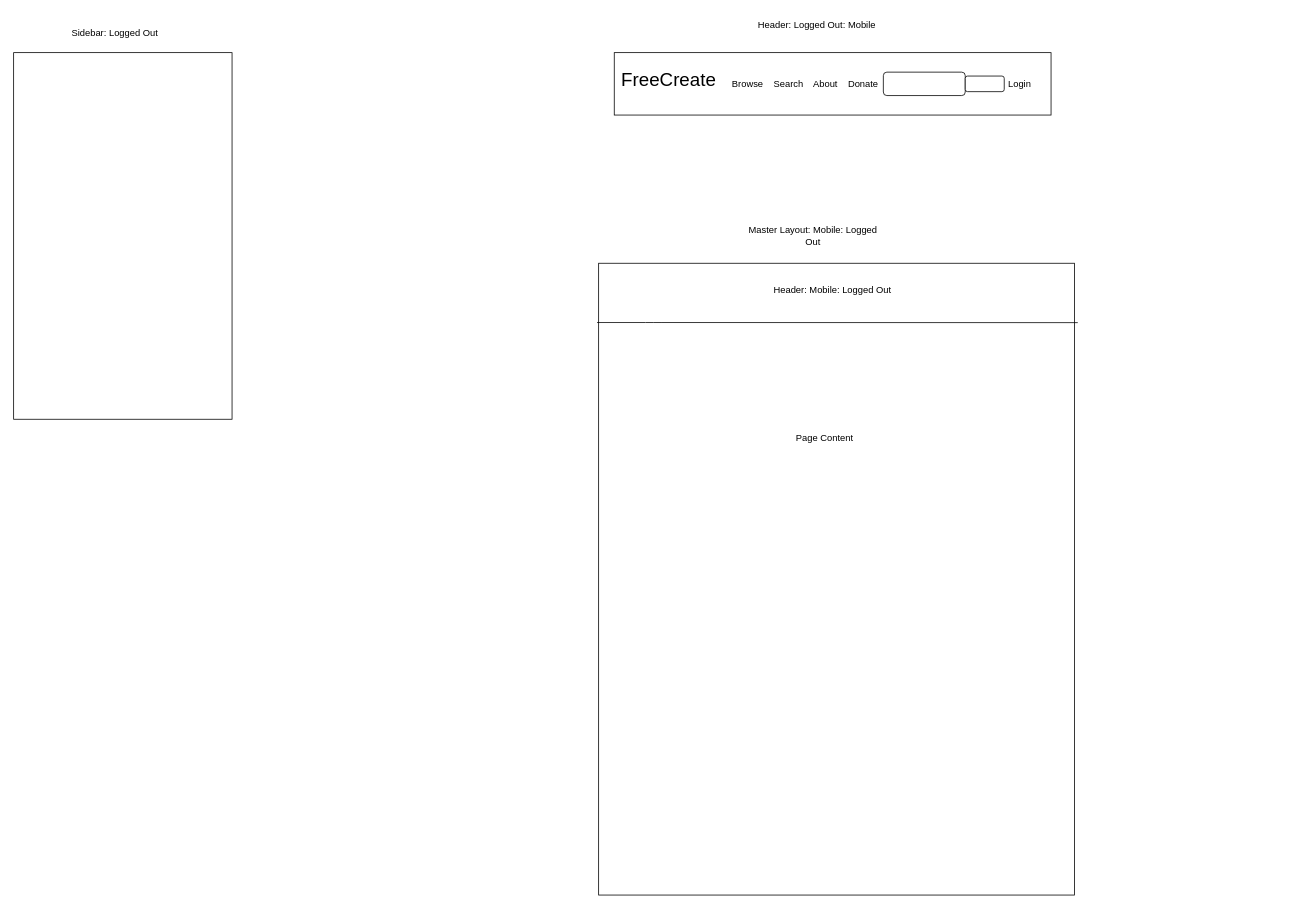
Above: docs/mockups/layout_mockup.drawio in Matt-Eva/freecreate-go-server (draw.io), before the change. Source tidied: cells renumbered, new cells numbered last; positions are measured from the earlier drawing's top-left corner, leaving out a move shared by most shapes. Both pictures are drawn from the tidied source at 78%, with x=0, y=0 at pixel (13, 13).
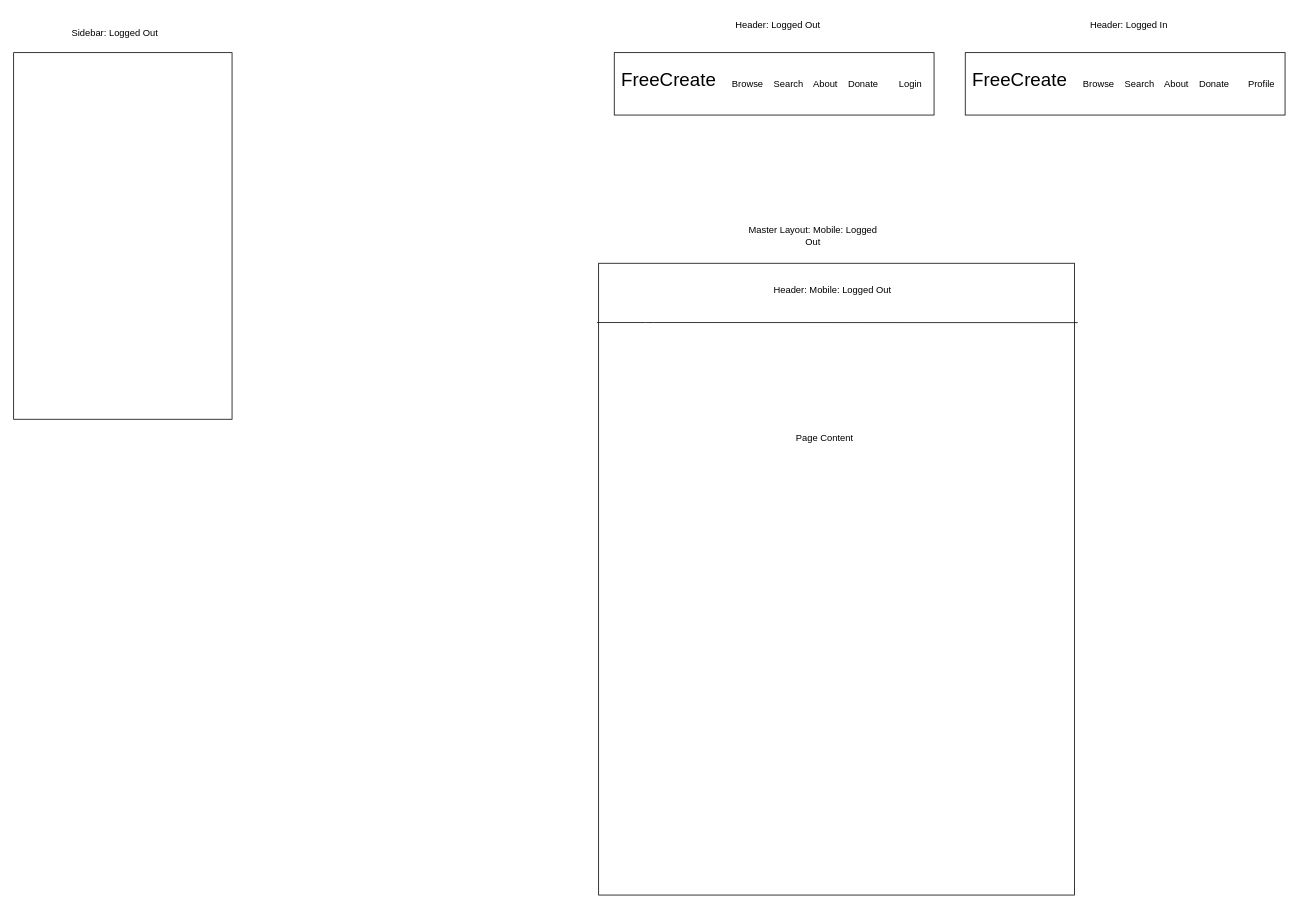
Above is the later version.

Commit message (it also covers changes not shown here):
made some css adjustments to browse card containers and cards

Diff of the diagram source:
```diff
@@
     <mxCell id="2" style="rounded=0;whiteSpace=wrap;html=1;" parent="1" vertex="1">
-      <mxGeometry x="770" y="50" width="560" height="80" as="geometry" />
+      <mxGeometry x="770" y="50" width="410" height="80" as="geometry" />
     </mxCell>
-    <mxCell id="3" value="Header: Logged Out: Mobile" style="text;html=1;align=center;verticalAlign=middle;whiteSpace=wrap;rounded=0;" parent="1" vertex="1">
-      <mxGeometry x="930" width="200" height="30" as="geometry" />
+    <mxCell id="3" value="Header: Logged Out" style="text;html=1;align=center;verticalAlign=middle;whiteSpace=wrap;rounded=0;" parent="1" vertex="1">
+      <mxGeometry x="880" width="200" height="30" as="geometry" />
     </mxCell>
@@
     <mxCell id="13" value="Login" style="text;html=1;align=center;verticalAlign=middle;whiteSpace=wrap;rounded=0;" parent="1" vertex="1">
-      <mxGeometry x="1260" y="75" width="60" height="30" as="geometry" />
+      <mxGeometry x="1120" y="75" width="60" height="30" as="geometry" />
     </mxCell>
-    <mxCell id="14" style="rounded=1;whiteSpace=wrap;html=1;" parent="1" vertex="1">
-      <mxGeometry x="1115" y="75" width="105" height="30" as="geometry" />
-    </mxCell>
-    <mxCell id="15" style="rounded=1;whiteSpace=wrap;html=1;" parent="1" vertex="1">
-      <mxGeometry x="1220" y="80" width="50" height="20" as="geometry" />
-    </mxCell>
+    <mxCell id="16" style="rounded=0;whiteSpace=wrap;html=1;" parent="1" vertex="1">
+      <mxGeometry x="1220" y="50" width="410" height="80" as="geometry" />
+    </mxCell>
+    <mxCell id="17" value="Header: Logged In" style="text;html=1;align=center;verticalAlign=middle;whiteSpace=wrap;rounded=0;" parent="1" vertex="1">
+      <mxGeometry x="1330" width="200" height="30" as="geometry" />
+    </mxCell>
+    <mxCell id="18" value="&lt;font style=&quot;font-size: 24px;&quot;&gt;FreeCreate&lt;/font&gt;" style="text;html=1;align=center;verticalAlign=middle;whiteSpace=wrap;rounded=0;" parent="1" vertex="1">
+      <mxGeometry x="1260" y="70" width="60" height="30" as="geometry" />
+    </mxCell>
+    <mxCell id="19" value="Browse&amp;nbsp; &amp;nbsp; Search&amp;nbsp; &amp;nbsp; About&amp;nbsp; &amp;nbsp; Donate" style="text;html=1;align=center;verticalAlign=middle;whiteSpace=wrap;rounded=0;" parent="1" vertex="1">
+      <mxGeometry x="1350" y="75" width="230" height="30" as="geometry" />
+    </mxCell>
+    <mxCell id="20" value="Profile" style="text;html=1;align=center;verticalAlign=middle;whiteSpace=wrap;rounded=0;" parent="1" vertex="1">
+      <mxGeometry x="1570" y="75" width="60" height="30" as="geometry" />
+    </mxCell>
```
